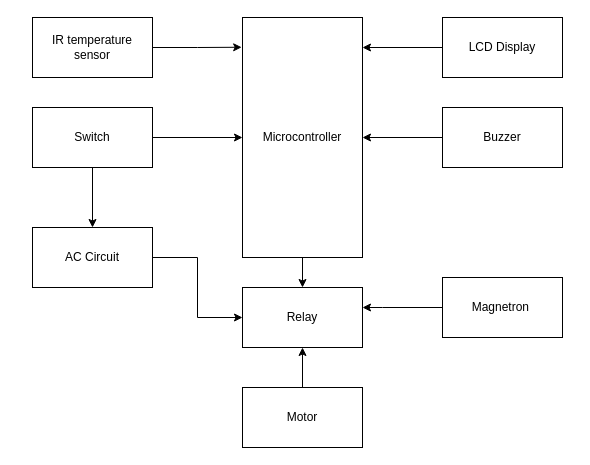
Above: CaseStudy/Untitled Diagram.drawio in Akshaykelagade/M2-EmbSys (draw.io), before the change. Source tidied: cells renumbered, new cells numbered last; positions are measured from the earlier drawing's top-left corner, leaving out a move shared by most shapes. Both pictures are drawn from the tidied source at 100%, with x=0, y=0 at pixel (32, 17).
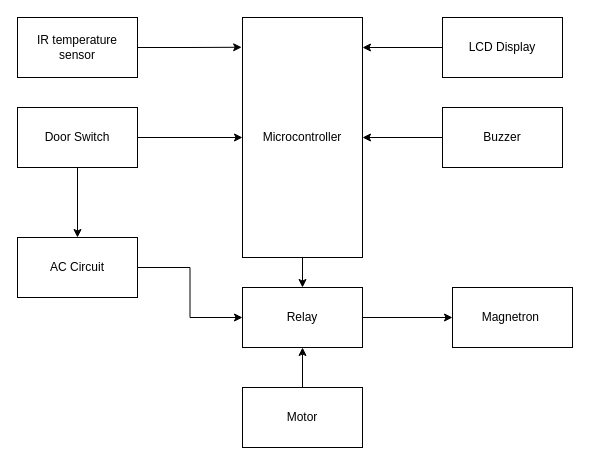
After the change.

Unchanged cells that the change refers to:
```xml
<mxCell id="17" value="Relay" style="rounded=0;whiteSpace=wrap;html=1;" parent="1" vertex="1">
  <mxGeometry x="210" y="270" width="120" height="60" as="geometry" />
</mxCell>
```

Change to the diagram source:
```diff
@@
     <mxCell id="5" value="IR temperature sensor" style="rounded=0;whiteSpace=wrap;html=1;" parent="1" vertex="1">
-      <mxGeometry width="120" height="60" as="geometry" />
+      <mxGeometry x="-15" width="120" height="60" as="geometry" />
     </mxCell>
@@
-    <mxCell id="10" style="edgeStyle=orthogonalEdgeStyle;rounded=0;jettySize=auto;html=1;" parent="1" edge="1" source="11" target="17">
-      <mxGeometry relative="1" as="geometry">
-        <Array as="points">
-          <mxPoint x="350" y="290" />
-          <mxPoint x="350" y="290" />
-        </Array>
-      </mxGeometry>
-    </mxCell>
     <mxCell id="11" value="Magnetron&amp;nbsp;" style="rounded=0;whiteSpace=wrap;html=1;" parent="1" vertex="1">
-      <mxGeometry x="410" y="260" width="120" height="60" as="geometry" />
+      <mxGeometry x="420" y="270" width="120" height="60" as="geometry" />
     </mxCell>
@@
-    <mxCell id="14" value="Switch" style="rounded=0;whiteSpace=wrap;html=1;" parent="1" vertex="1">
-      <mxGeometry y="90" width="120" height="60" as="geometry" />
+    <mxCell id="14" value="Door Switch" style="rounded=0;whiteSpace=wrap;html=1;" parent="1" vertex="1">
+      <mxGeometry x="-15" y="90" width="120" height="60" as="geometry" />
     </mxCell>
@@
     <mxCell id="16" value="AC Circuit" style="rounded=0;whiteSpace=wrap;html=1;" parent="1" vertex="1">
-      <mxGeometry y="210" width="120" height="60" as="geometry" />
+      <mxGeometry x="-15" y="220" width="120" height="60" as="geometry" />
     </mxCell>
+    <mxCell id="20" style="edgeStyle=orthogonalEdgeStyle;rounded=0;jettySize=auto;html=1;" parent="1" edge="1" source="17" target="11">
+      <mxGeometry relative="1" as="geometry" />
+    </mxCell>
```
